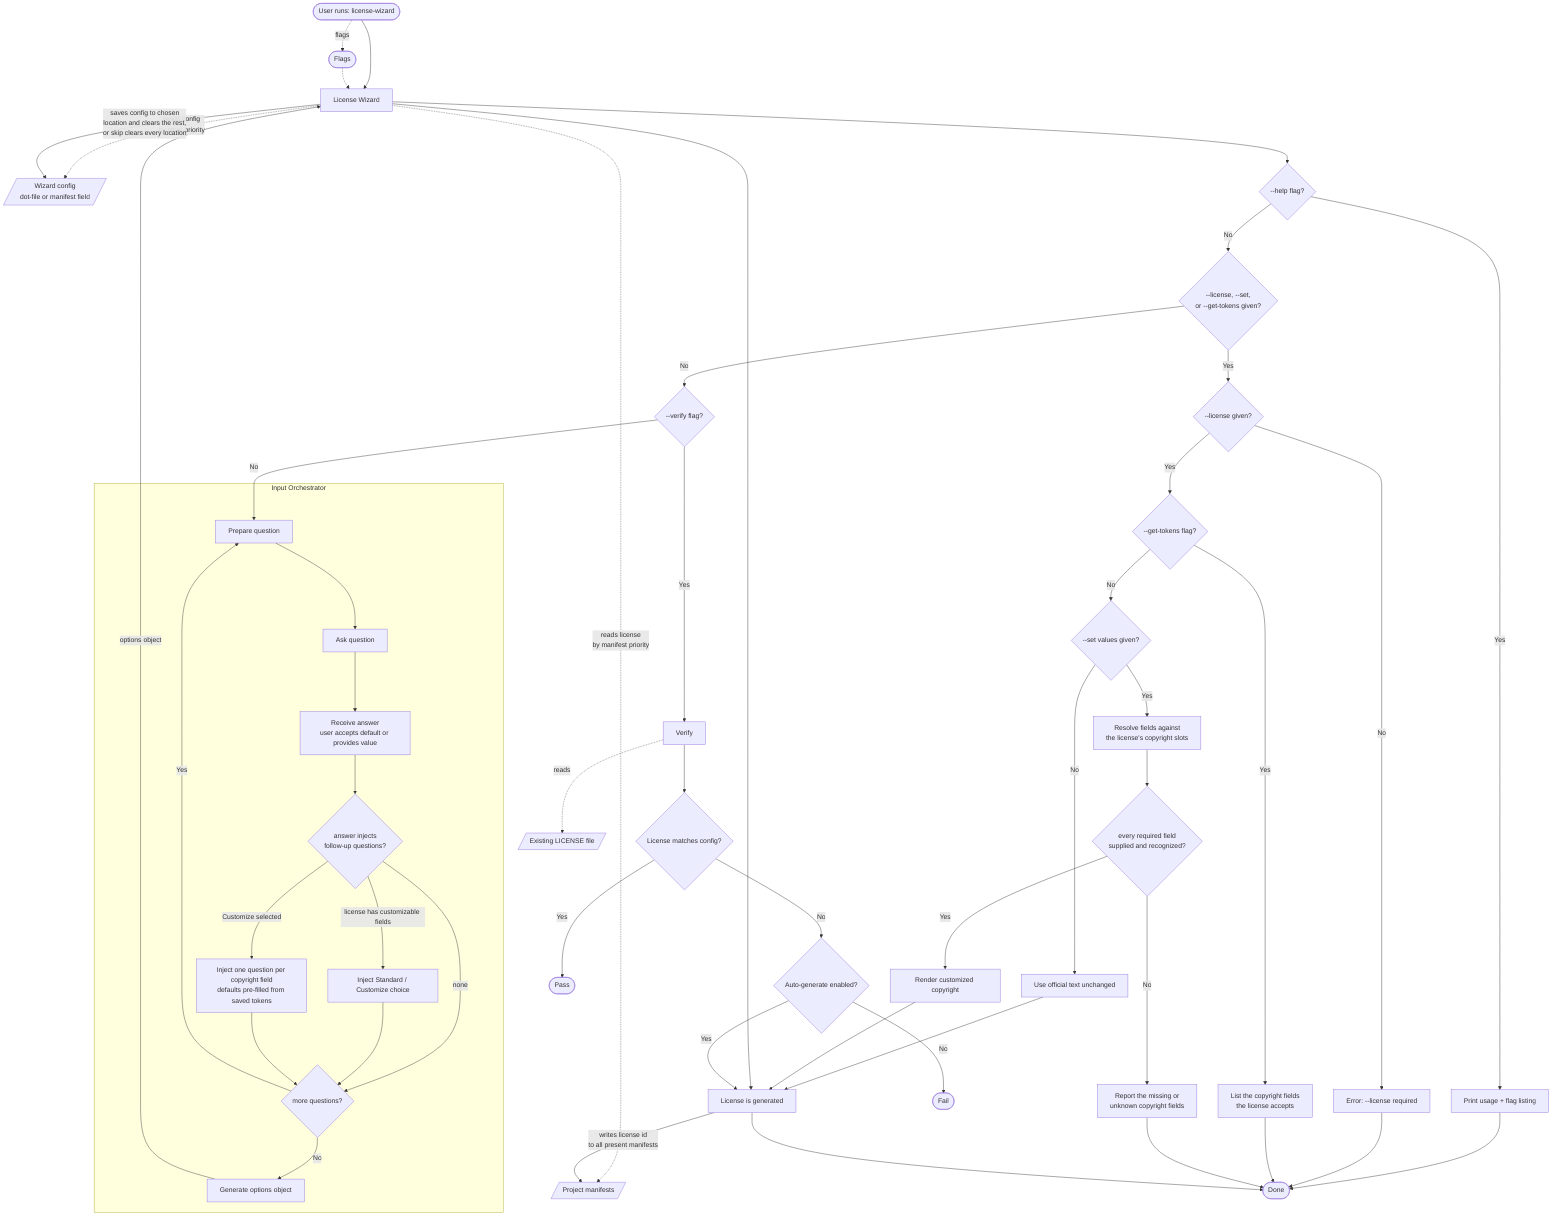
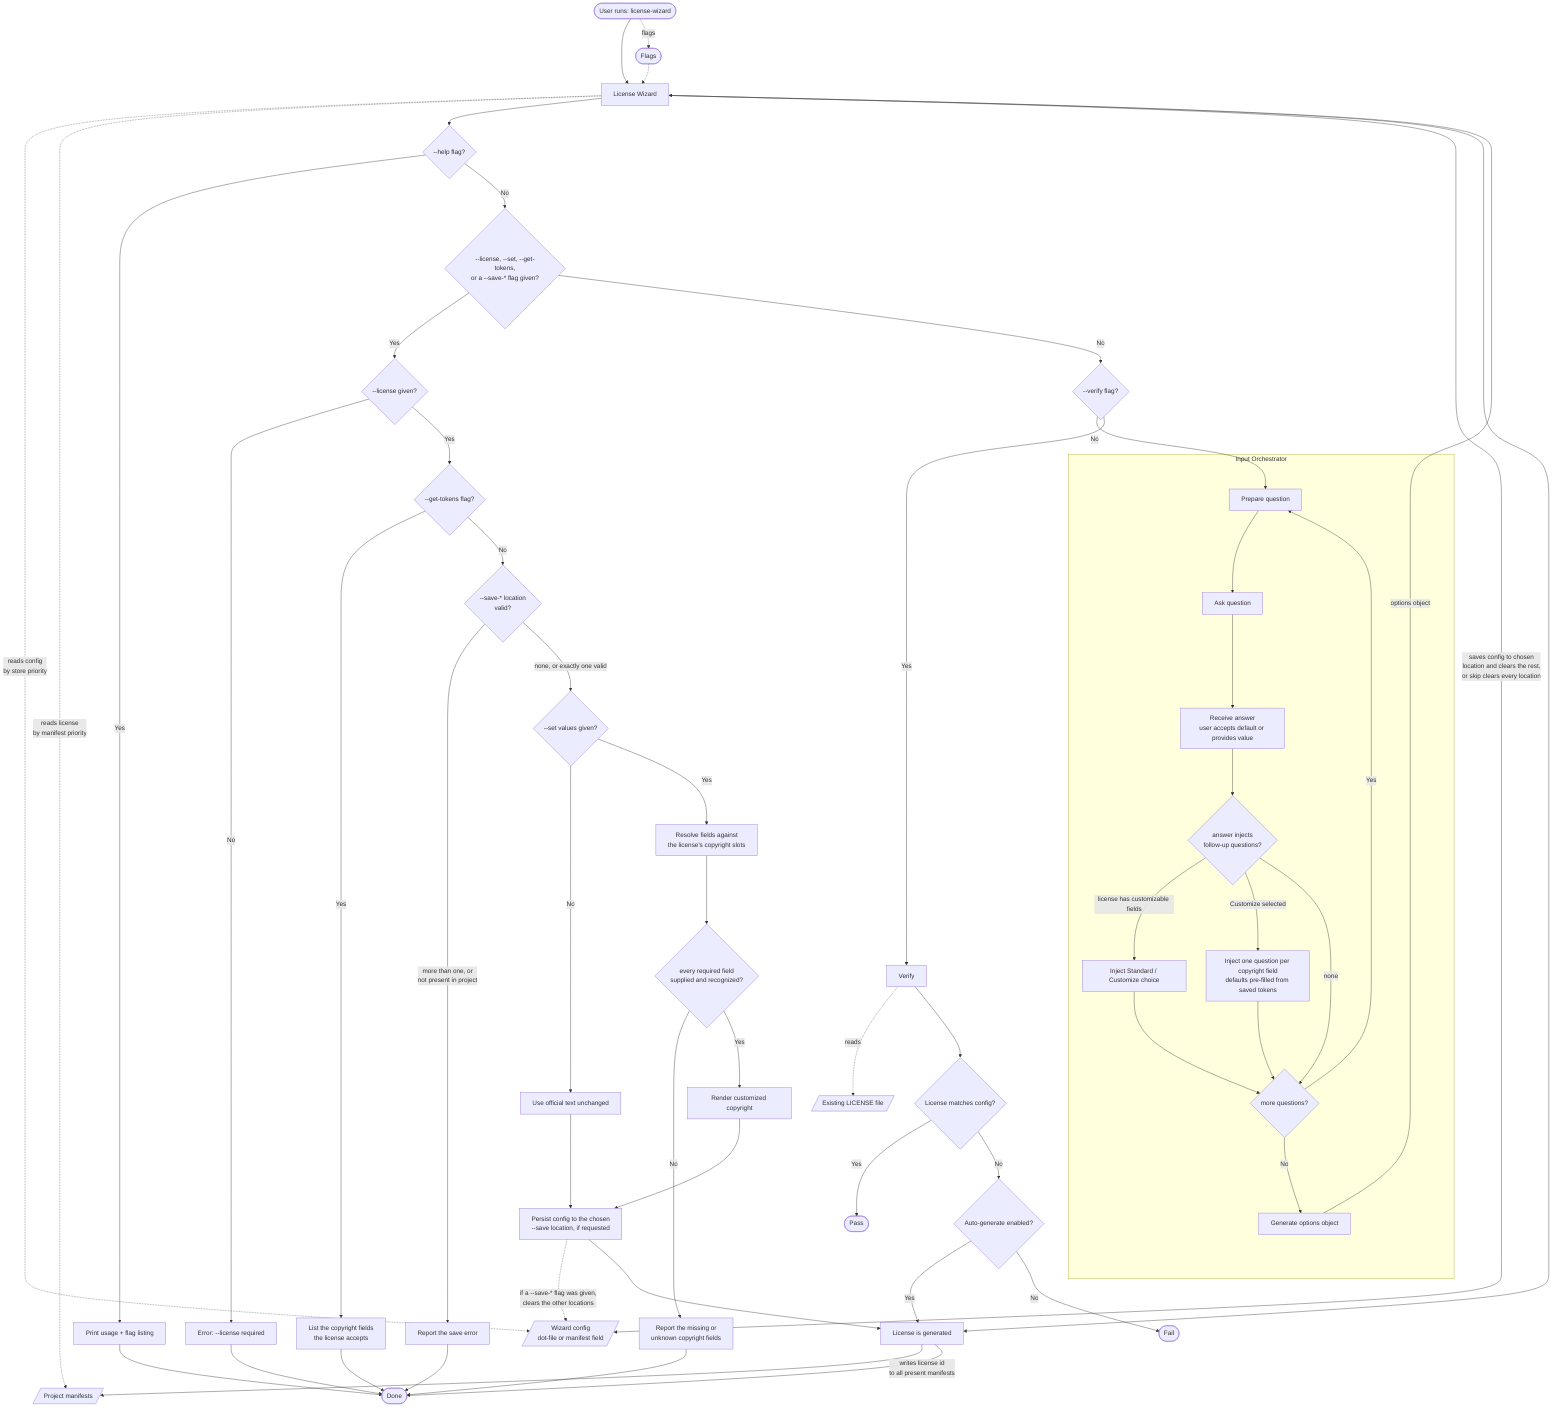
flowchart TD
    A([User runs: license-wizard]) --> LW[License Wizard]
    A -.->|flags| FL([Flags])
    FL -.-> LW
    LW -.->|reads config<br/>by store priority| LC[/Wizard config<br/>dot-file or manifest field/]
    LW -.->|reads license<br/>by manifest priority| PJ[/Project manifests/]

    LW --> HELP{--help flag?}

    %% ─── Help path ───
    HELP -->|Yes| HU[Print usage + flag listing]
    HU --> H

-     HELP -->|No| NI{--license, --set,<br/>or --get-tokens given?}
+     HELP -->|No| NI{--license, --set, --get-tokens,<br/>or a --save-* flag given?}

    %% ─── Non-interactive CLI path ───
    NI -->|Yes| NIL{--license given?}
    NIL -->|No| ERRL[Error: --license required] --> H
    NIL -->|Yes| GT{--get-tokens flag?}
    GT -->|Yes| LT[List the copyright fields<br/>the license accepts] --> H
-     GT -->|No| HS{--set values given?}
+     GT -->|No| SV{--save-* location<br/>valid?}
+     SV -->|more than one, or<br/>not present in project| ERRS[Report the save error] --> H
+     SV -->|none, or exactly one valid| HS{--set values given?}
    HS -->|No| STD[Use official text unchanged]
    HS -->|Yes| RES[Resolve fields against<br/>the license's copyright slots]
    RES --> CHK{every required field<br/>supplied and recognized?}
    CHK -->|No| NEED[Report the missing or<br/>unknown copyright fields] --> H
    CHK -->|Yes| CUST[Render customized copyright]
-     STD --> G
-     CUST --> G
+     STD --> PSV
+     CUST --> PSV
+     PSV[Persist config to the chosen<br/>--save location, if requested]
+     PSV -.->|if a --save-* flag was given,<br/>clears the other locations| LC
+     PSV --> G

    NI -->|No| M{--verify flag?}

    %% ─── Interactive / generation path ───
    M -->|No| C

    subgraph IO [Input Orchestrator]
        C[Prepare question]
        C --> D[Ask question]
        D --> E[Receive answer<br/>user accepts default or provides value]
        E --> INJ{answer injects<br/>follow-up questions?}
        INJ -->|license has customizable fields| MODE[Inject Standard / Customize choice]
        INJ -->|Customize selected| FIELDS[Inject one question per copyright field<br/>defaults pre-filled from saved tokens]
        INJ -->|none| F
        MODE --> F
        FIELDS --> F
        F{more questions?}
        F -->|Yes| C
        F -->|No| OG[Generate options object]
    end

    OG -->|options object| LW
    LW -->|saves config to chosen<br/>location and clears the rest,<br/>or skip clears every location| LC
    LW --> G[License is generated]
    G -->|writes license id<br/>to all present manifests| PJ
    G --> H([Done])

    %% ─── Verification path ───
    M -->|Yes| V[Verify]
    V -.->|reads| EL[/Existing LICENSE file/]
    V --> R{License matches config?}
    R -->|Yes| PASS([Pass])
    R -->|No| AG{Auto-generate enabled?}
    AG -->|Yes| G
    AG -->|No| FAIL([Fail])
